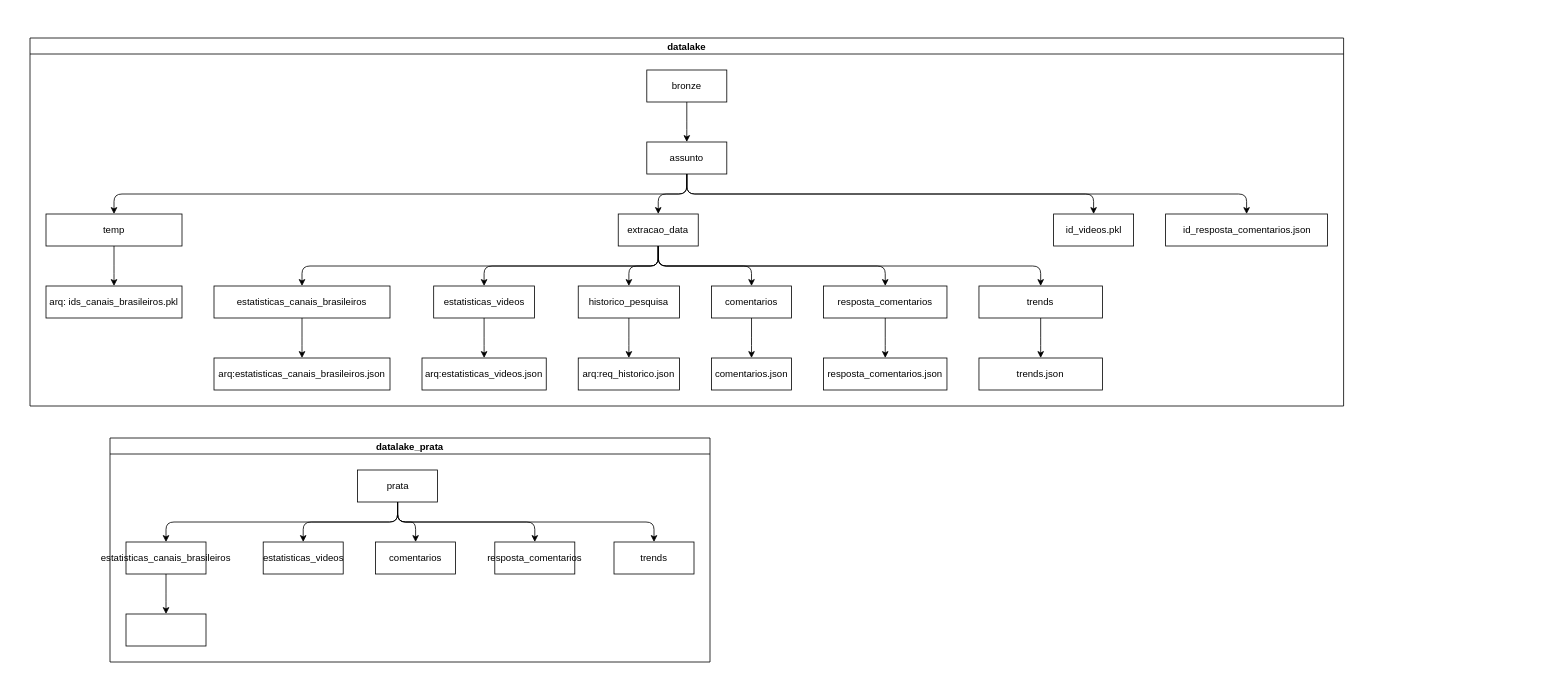
rodrigorocha1/analise_dados_youtube_segunda_versao keeps this draw.io diagram as docs/diagrama_datalake.drawio. Above is the earlier version. Source tidied: cells renumbered, new cells numbered last; positions are measured from the earlier drawing's top-left corner, leaving out a move shared by most shapes. Both pictures are drawn from the tidied source at 80%, with x=0, y=0 at pixel (30, 38).
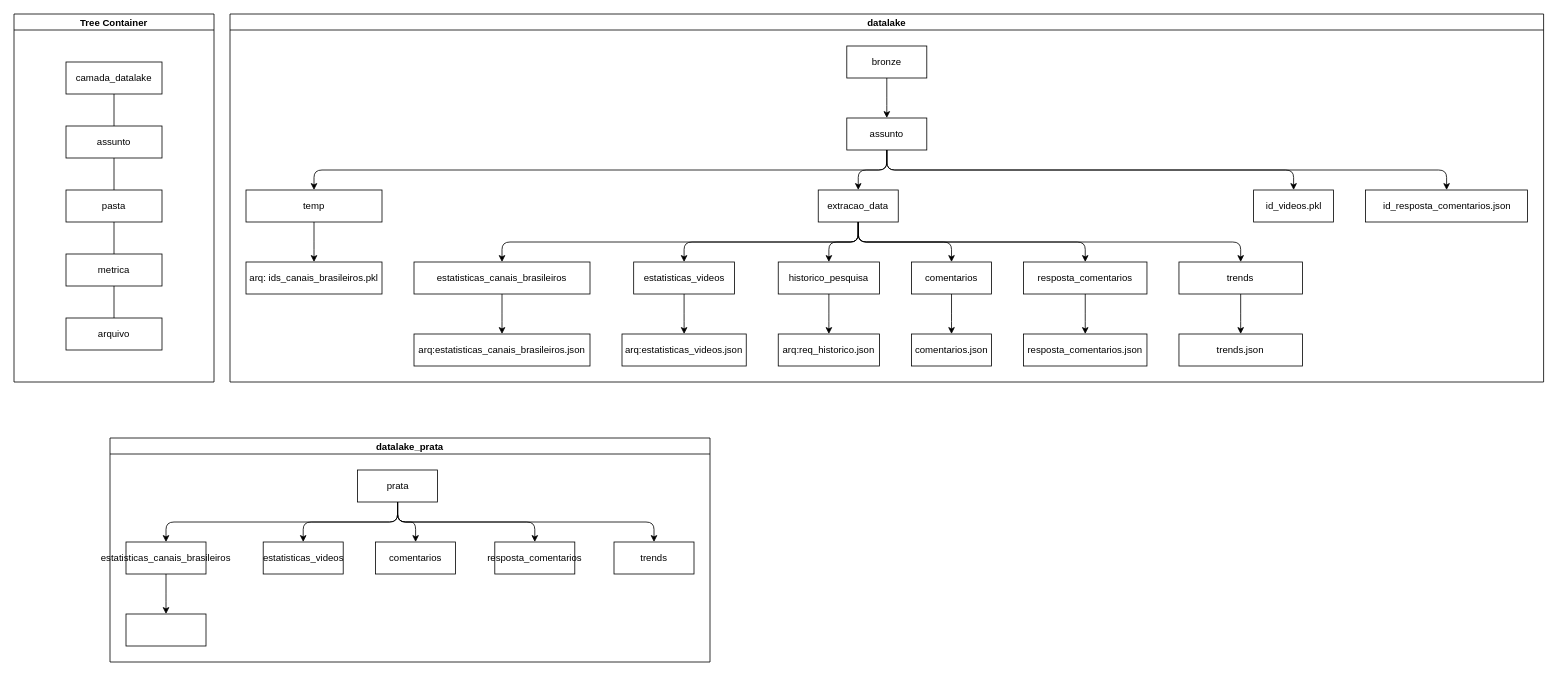
The same diagram, later.

The edit, as a diff of the source:
```diff
@@
     <mxCell id="2" value="datalake" style="swimlane;startSize=20;horizontal=1;horizontalTree=0;sortEdges=1;containerType=tree;fontSize=12;" parent="1" vertex="1">
-      <mxGeometry width="1642" height="460" as="geometry" />
+      <mxGeometry x="250" y="-30" width="1642" height="460" as="geometry" />
     </mxCell>
@@
+    <mxCell id="54" value="Tree Container" style="swimlane;startSize=20;horizontal=1;containerType=tree;" parent="1" vertex="1">
+      <mxGeometry x="-20" y="-30" width="250" height="460" as="geometry" />
+    </mxCell>
+    <mxCell id="55" style="edgeStyle=elbowEdgeStyle;elbow=vertical;sourcePerimeterSpacing=0;targetPerimeterSpacing=0;startArrow=none;endArrow=none;rounded=0;curved=0;" parent="54" edge="1" source="56" target="57">
+      <mxGeometry relative="1" as="geometry" />
+    </mxCell>
+    <mxCell id="56" value="camada_datalake" style="whiteSpace=wrap;html=1;newEdgeStyle={&quot;edgeStyle&quot;:&quot;elbowEdgeStyle&quot;,&quot;startArrow&quot;:&quot;none&quot;,&quot;endArrow&quot;:&quot;none&quot;};" parent="54" vertex="1">
+      <mxGeometry x="65" y="60" width="120" height="40" as="geometry" />
+    </mxCell>
+    <mxCell id="57" value="assunto" style="whiteSpace=wrap;html=1;newEdgeStyle={&quot;edgeStyle&quot;:&quot;elbowEdgeStyle&quot;,&quot;startArrow&quot;:&quot;none&quot;,&quot;endArrow&quot;:&quot;none&quot;};" parent="54" vertex="1">
+      <mxGeometry x="65" y="140" width="120" height="40" as="geometry" />
+    </mxCell>
+    <mxCell id="58" style="edgeStyle=elbowEdgeStyle;elbow=vertical;sourcePerimeterSpacing=0;targetPerimeterSpacing=0;startArrow=none;endArrow=none;rounded=0;curved=0;" parent="54" edge="1" source="57" target="59">
+      <mxGeometry relative="1" as="geometry" />
+    </mxCell>
+    <mxCell id="59" value="pasta" style="whiteSpace=wrap;html=1;newEdgeStyle={&quot;edgeStyle&quot;:&quot;elbowEdgeStyle&quot;,&quot;startArrow&quot;:&quot;none&quot;,&quot;endArrow&quot;:&quot;none&quot;};" parent="54" vertex="1">
+      <mxGeometry x="65" y="220" width="120" height="40" as="geometry" />
+    </mxCell>
+    <mxCell id="60" style="edgeStyle=elbowEdgeStyle;elbow=vertical;sourcePerimeterSpacing=0;targetPerimeterSpacing=0;startArrow=none;endArrow=none;rounded=0;curved=0;" parent="54" edge="1" source="59" target="61">
+      <mxGeometry relative="1" as="geometry" />
+    </mxCell>
+    <mxCell id="61" value="metrica" style="whiteSpace=wrap;html=1;newEdgeStyle={&quot;edgeStyle&quot;:&quot;elbowEdgeStyle&quot;,&quot;startArrow&quot;:&quot;none&quot;,&quot;endArrow&quot;:&quot;none&quot;};" parent="54" vertex="1">
+      <mxGeometry x="65" y="300" width="120" height="40" as="geometry" />
+    </mxCell>
+    <mxCell id="62" style="edgeStyle=elbowEdgeStyle;elbow=vertical;sourcePerimeterSpacing=0;targetPerimeterSpacing=0;startArrow=none;endArrow=none;rounded=0;curved=0;" parent="54" edge="1" source="61" target="63">
+      <mxGeometry relative="1" as="geometry" />
+    </mxCell>
+    <mxCell id="63" value="arquivo" style="whiteSpace=wrap;html=1;newEdgeStyle={&quot;edgeStyle&quot;:&quot;elbowEdgeStyle&quot;,&quot;startArrow&quot;:&quot;none&quot;,&quot;endArrow&quot;:&quot;none&quot;};" parent="54" vertex="1">
+      <mxGeometry x="65" y="380" width="120" height="40" as="geometry" />
+    </mxCell>
```
